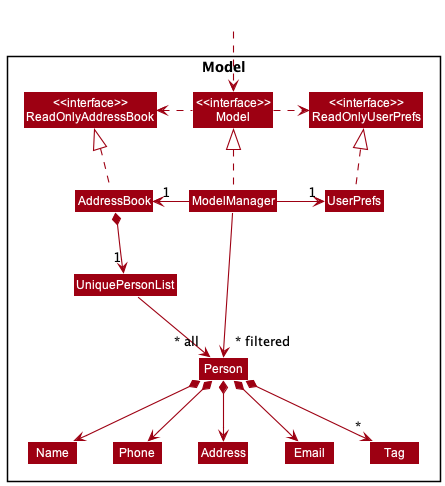
The PlantUML diagram docs/images/ModelClassDiagram.png in nus-cs2103-AY2223S2/tp, before a commit. Source of this version:
```plantuml
@startuml
!include style.puml
skinparam arrowThickness 1.1
skinparam arrowColor MODEL_COLOR
skinparam classBackgroundColor MODEL_COLOR

Package Model <<Rectangle>>{
Class "<<interface>>\nReadOnlyAddressBook" as ReadOnlyAddressBook
Class "<<interface>>\nReadOnlyUserPrefs" as ReadOnlyUserPrefs
Class "<<interface>>\nModel" as Model
Class AddressBook
Class ModelManager
Class UserPrefs

Class UniquePersonList
Class Person
Class Address
Class Email
Class Name
Class Phone
Class Tag

}

Class HiddenOutside #FFFFFF
HiddenOutside ..> Model

AddressBook .up.|> ReadOnlyAddressBook

ModelManager .up.|> Model
Model .right.> ReadOnlyUserPrefs
Model .left.> ReadOnlyAddressBook
ModelManager -left-> "1" AddressBook
ModelManager -right-> "1" UserPrefs
UserPrefs .up.|> ReadOnlyUserPrefs

AddressBook *--> "1" UniquePersonList
UniquePersonList --> "~* all" Person
Person *--> Name
Person *--> Phone
Person *--> Email
Person *--> Address
Person *--> "*" Tag

Name -[hidden]right-> Phone
Phone -[hidden]right-> Address
Address -[hidden]right-> Email

ModelManager -->"~* filtered" Person
@enduml
```
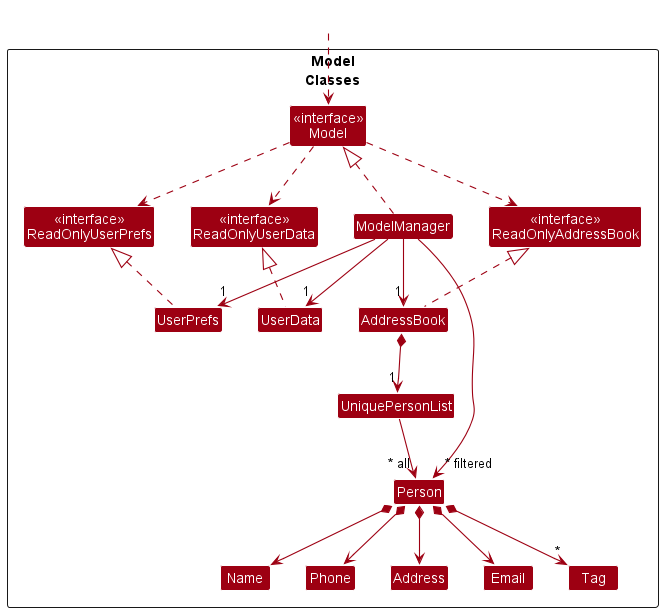
After the commit.

Commit message:
update Model class diagram inside Developer guide for Login feature

The edit, as a diff of the source:
```diff
@@ -4,13 +4,19 @@
 skinparam arrowColor MODEL_COLOR
 skinparam classBackgroundColor MODEL_COLOR
 
-Package Model <<Rectangle>>{
-Class "<<interface>>\nReadOnlyAddressBook" as ReadOnlyAddressBook
-Class "<<interface>>\nReadOnlyUserPrefs" as ReadOnlyUserPrefs
-Class "<<interface>>\nModel" as Model
-Class AddressBook
+Package Model\nClasses <<Rectangle>>{
+together {
+    Class "<<interface>>\nReadOnlyAddressBook" as ReadOnlyAddressBook
+    Class "<<interface>>\nModel" as Model
+    Class "<<interface>>\nReadOnlyUserPrefs" as ReadOnlyUserPrefs
+    Class "<<interface>>\nReadOnlyUserData" as ReadOnlyUserData
+}
 Class ModelManager
-Class UserPrefs
+together {
+    Class AddressBook
+    Class UserPrefs
+    Class UserData
+}
 
 Class UniquePersonList
 Class Person
@@ -26,12 +32,15 @@
 HiddenOutside ..> Model
 
 AddressBook .up.|> ReadOnlyAddressBook
+UserData .up.|> ReadOnlyUserData
 
 ModelManager .up.|> Model
-Model .right.> ReadOnlyUserPrefs
-Model .left.> ReadOnlyAddressBook
-ModelManager -left-> "1" AddressBook
-ModelManager -right-> "1" UserPrefs
+Model .down.> ReadOnlyUserPrefs
+Model .down.> ReadOnlyAddressBook
+Model .down.> ReadOnlyUserData
+ModelManager -down-> "1" AddressBook
+ModelManager -down-> "1" UserPrefs
+ModelManager -down-> "1" UserData
 UserPrefs .up.|> ReadOnlyUserPrefs
 
 AddressBook *--> "1" UniquePersonList
```
